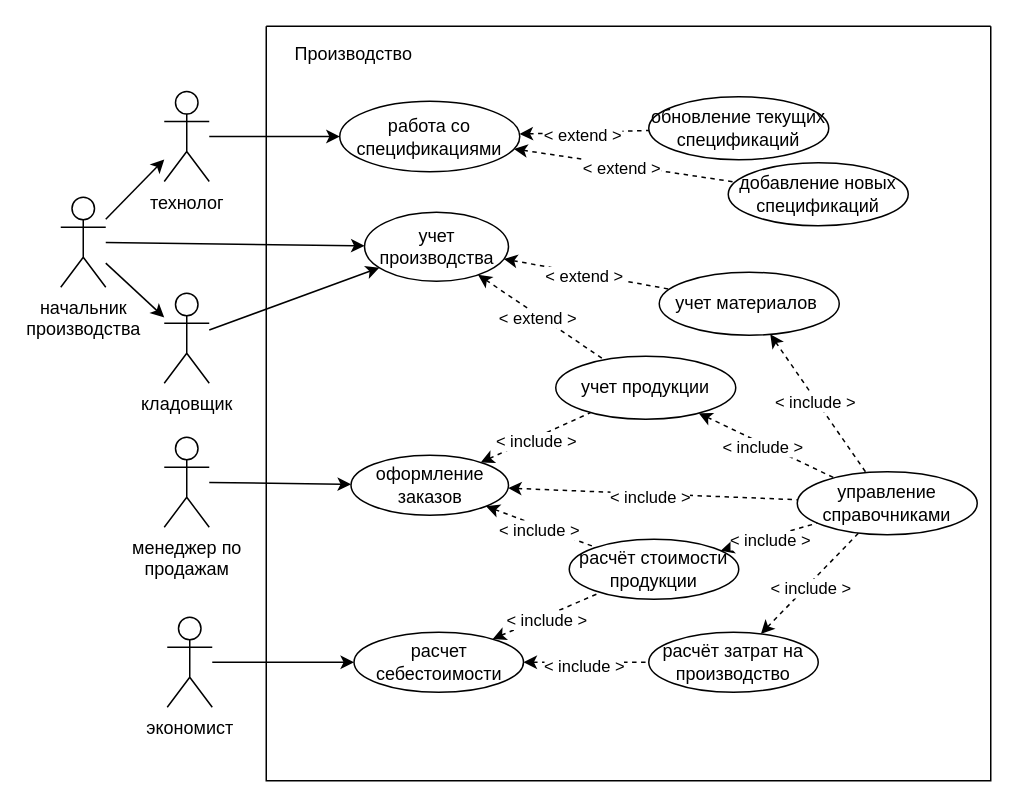
Filimon4/PP-.05-2026 keeps this draw.io diagram as page "Страница-1" (1 of 2) of задание_1/ПП.drawio. Above is the earlier version. Source tidied: cells renumbered, new cells numbered last; positions are measured from the earlier drawing's top-left corner, leaving out a move shared by most shapes. Both pictures are drawn from the tidied source at 150%, with x=0, y=0 at pixel (60, 26).
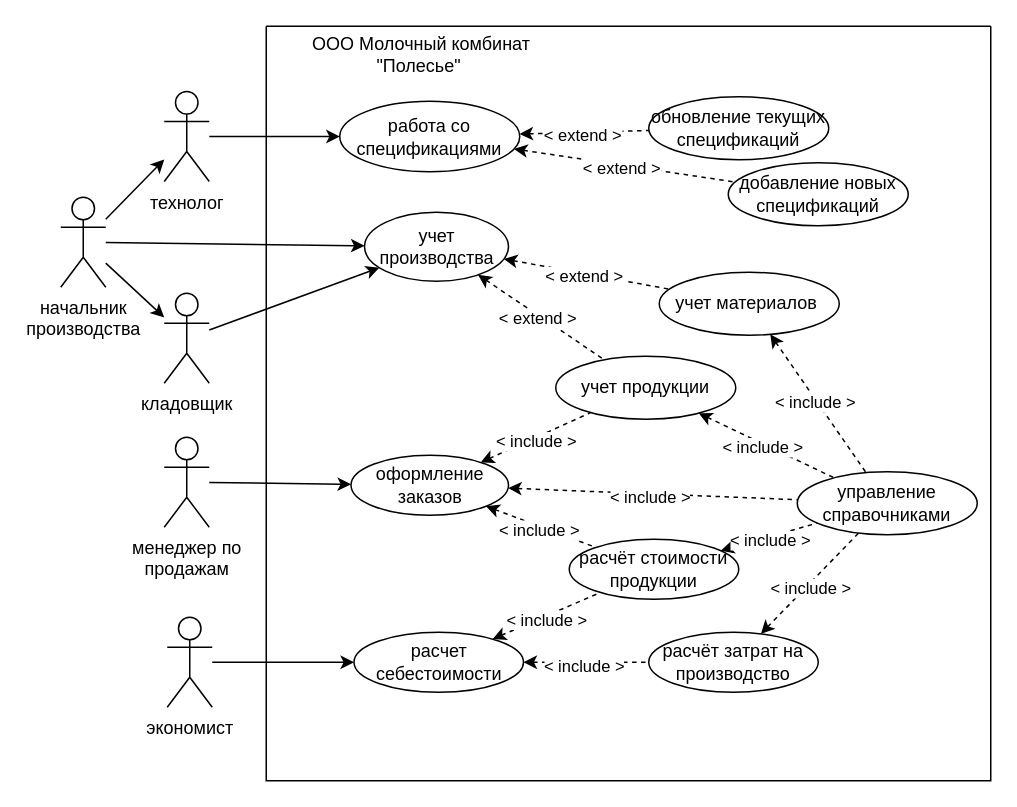
Above is the later version.

Unchanged cells that the change refers to:
```xml
<mxCell id="9" style="swimlane;startSize=0;" parent="1" vertex="1">
  <mxGeometry x="137" width="483" height="503" as="geometry" />
</mxCell>
```

The edit, as a diff of the source:
```diff
@@
-    <mxCell id="39" value="Производство" style="text;html=1;whiteSpace=wrap;strokeColor=none;fillColor=none;align=center;verticalAlign=middle;rounded=0;" parent="9" vertex="1">
-      <mxGeometry x="7" y="4" width="103" height="30" as="geometry" />
+    <mxCell id="39" value="&amp;nbsp;ООО Молочный комбинат &quot;Полесье&quot;" style="text;html=1;whiteSpace=wrap;strokeColor=none;fillColor=none;align=center;verticalAlign=middle;rounded=0;" parent="9" vertex="1">
+      <mxGeometry x="7" y="4" width="190" height="30" as="geometry" />
     </mxCell>
```
